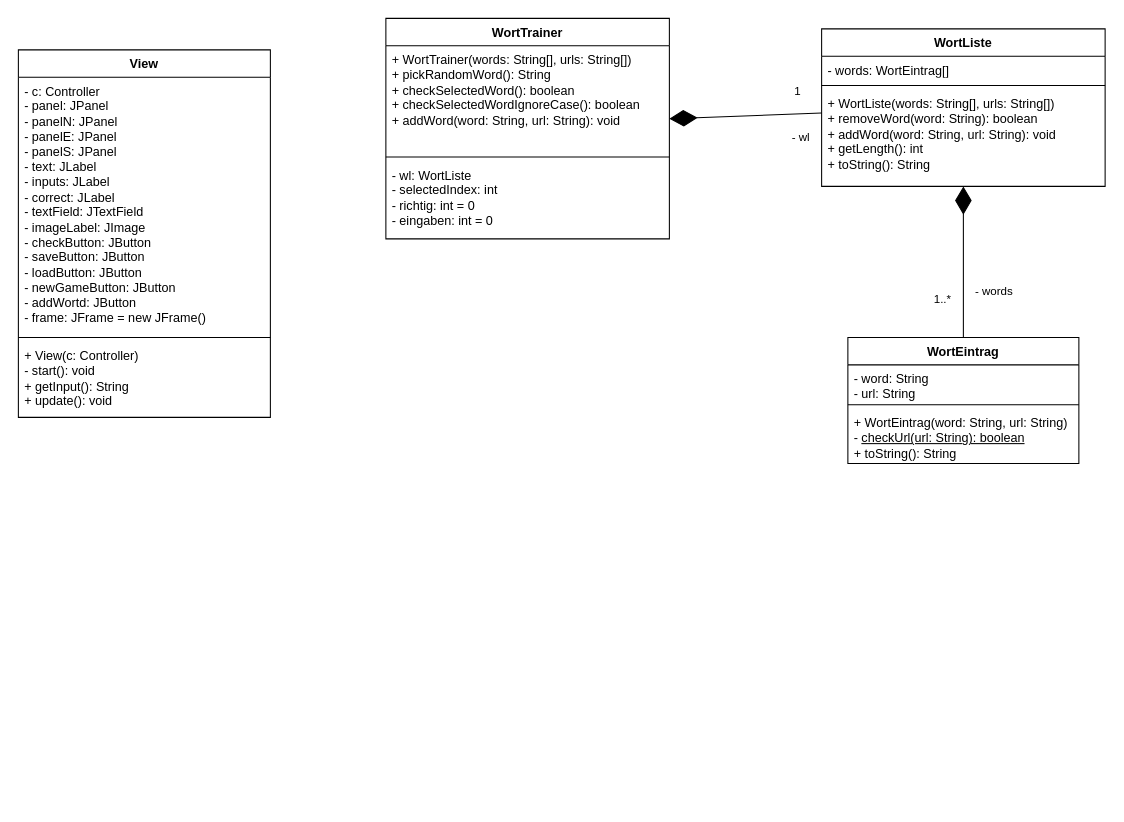
Earlier version of the draw.io diagram doc/worttrainer.drawio (TGM-HIT/sew9-2425-worttrainer-czlabinger). Source tidied: cells renumbered, new cells numbered last; positions are measured from the earlier drawing's top-left corner, leaving out a move shared by most shapes. Both pictures are drawn from the tidied source at 105%, with x=0, y=0 at pixel (18, 18).
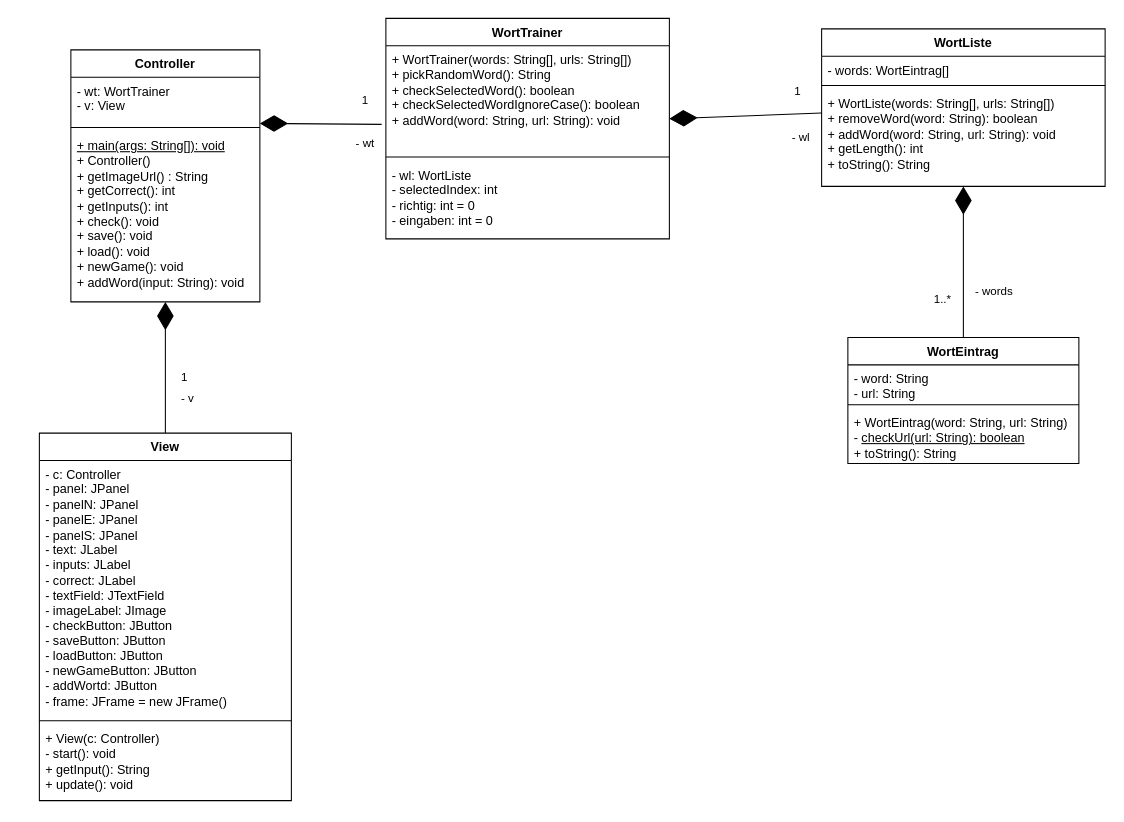
The same diagram, later.

Commit message (it also covers changes not shown here):
Added controler uml

Unchanged cells that the change refers to:
```xml
<mxCell id="3" value="&lt;div&gt;+ WortTrainer(words: String[], urls: String[])&lt;/div&gt;&lt;div&gt;+ pickRandomWord(): String&lt;/div&gt;&lt;div&gt;+ checkSelectedWord(): boolean&lt;/div&gt;&lt;div&gt;+ checkSelectedWordIgnoreCase(): boolean&lt;/div&gt;&lt;div&gt;+ addWord(word: String, url: String): void&lt;/div&gt;" style="text;strokeColor=none;fillColor=none;align=left;verticalAlign=top;spacingLeft=4;spacingRight=4;overflow=hidden;points=[[0,0.5],[1,0.5]];portConstraint=eastwest;whiteSpace=wrap;html=1;" parent="2" vertex="1">
  <mxGeometry y="26" width="270" height="102" as="geometry" />
</mxCell>
```

What changed in the source:
```diff
@@
+    <mxCell id="24" value="&lt;div&gt;Controller&lt;/div&gt;" style="swimlane;fontStyle=1;align=center;verticalAlign=top;horizontal=1;startSize=26;whiteSpace=wrap;html=1;" parent="1" vertex="1">
+      <mxGeometry x="50" y="30" width="180" height="240" as="geometry" />
+    </mxCell>
+    <mxCell id="25" value="&lt;div&gt;- wt: WortTrainer&lt;/div&gt;&lt;div&gt;- v: View&lt;br&gt;&lt;/div&gt;" style="text;strokeColor=none;fillColor=none;align=left;verticalAlign=top;spacingLeft=4;spacingRight=4;overflow=hidden;whiteSpace=wrap;html=1;" parent="24" vertex="1">
+      <mxGeometry y="26" width="180" height="44" as="geometry" />
+    </mxCell>
+    <mxCell id="26" style="line;strokeWidth=1;fillColor=none;align=left;verticalAlign=middle;spacingTop=-1;spacingLeft=3;spacingRight=3;labelPosition=right;strokeColor=inherit;" parent="24" vertex="1">
+      <mxGeometry y="70" width="180" height="8" as="geometry" />
+    </mxCell>
+    <mxCell id="27" value="&lt;div&gt;&lt;u&gt;+ main(args: String[]): void&lt;/u&gt;&lt;/div&gt;+ Controller()&lt;div&gt;+ getImageUrl() : String&lt;/div&gt;&lt;div&gt;+ getCorrect(): int&lt;/div&gt;&lt;div&gt;+ getInputs(): int&lt;/div&gt;&lt;div&gt;+ check(): void&lt;/div&gt;&lt;div&gt;+ save(): void&lt;/div&gt;&lt;div&gt;+ load(): void&lt;/div&gt;&lt;div&gt;+ newGame(): void&lt;/div&gt;&lt;div&gt;+ addWord(input: String): void&lt;/div&gt;" style="text;strokeColor=none;fillColor=none;align=left;verticalAlign=top;spacingLeft=4;spacingRight=4;overflow=hidden;points=[[0,0.5],[1,0.5]];portConstraint=eastwest;whiteSpace=wrap;html=1;" parent="24" vertex="1">
+      <mxGeometry y="78" width="180" height="162" as="geometry" />
+    </mxCell>
+    <mxCell id="28" style="endArrow=diamondThin;endFill=1;endSize=24;html=1;rounded=0;exitX=-0.015;exitY=0.735;exitDx=0;exitDy=0;exitPerimeter=0;" parent="1" edge="1" source="3">
+      <mxGeometry relative="1" as="geometry">
+        <mxPoint x="230" y="100" as="targetPoint" />
+      </mxGeometry>
+    </mxCell>
+    <mxCell id="29" value="&lt;div&gt;- wt&lt;/div&gt;" style="edgeLabel;html=1;align=center;verticalAlign=middle;" parent="28" vertex="1">
+      <mxGeometry x="0.48" y="-2" relative="1" as="geometry">
+        <mxPoint x="70" y="20" as="offset" />
+      </mxGeometry>
+    </mxCell>
+    <mxCell id="30" value="1" style="edgeLabel;html=1;align=center;verticalAlign=middle;" parent="28" vertex="1">
+      <mxGeometry x="-0.47" y="-2" relative="1" as="geometry">
+        <mxPoint x="15" y="-21" as="offset" />
+      </mxGeometry>
+    </mxCell>
     <mxCell id="20" value="View" style="swimlane;fontStyle=1;align=center;verticalAlign=top;horizontal=1;startSize=26;whiteSpace=wrap;html=1;" parent="1" vertex="1">
-      <mxGeometry y="30" width="240" height="350" as="geometry" />
+      <mxGeometry x="20" y="395" width="240" height="350" as="geometry" />
     </mxCell>
@@
+    <mxCell id="31" style="endArrow=diamondThin;endFill=1;endSize=24;html=1;rounded=0;" parent="1" edge="1" source="20" target="27">
+      <mxGeometry relative="1" as="geometry" />
+    </mxCell>
+    <mxCell id="32" value="&lt;div&gt;- v&lt;br&gt;&lt;/div&gt;" style="edgeLabel;html=1;align=center;verticalAlign=middle;" parent="31" vertex="1">
+      <mxGeometry x="0.48" y="-2" relative="1" as="geometry">
+        <mxPoint x="18" y="59" as="offset" />
+      </mxGeometry>
+    </mxCell>
+    <mxCell id="33" value="1" style="edgeLabel;html=1;align=center;verticalAlign=middle;" parent="31" vertex="1">
+      <mxGeometry x="-0.47" y="-2" relative="1" as="geometry">
+        <mxPoint x="15" y="-21" as="offset" />
+      </mxGeometry>
+    </mxCell>
```
